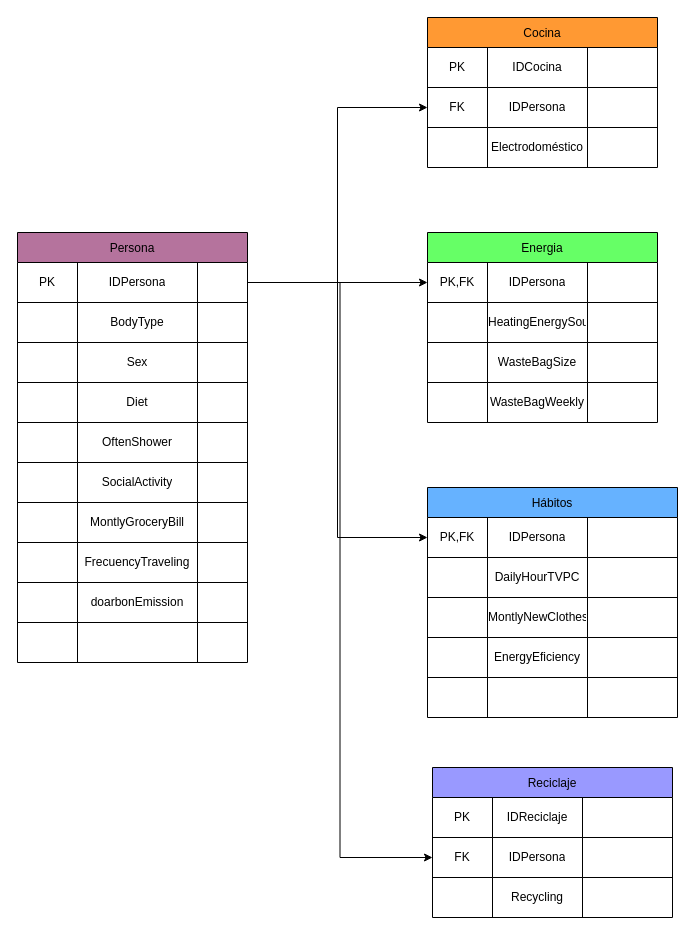
The draw.io diagram Diagrama sin título.drawio in ValentRodriguez/Bases, before the edit. Source tidied: cells renumbered, new cells numbered last; positions are measured from the earlier drawing's top-left corner, leaving out a move shared by most shapes. Both pictures are drawn from the tidied source at 100%, with x=0, y=0 at pixel (17, 17).
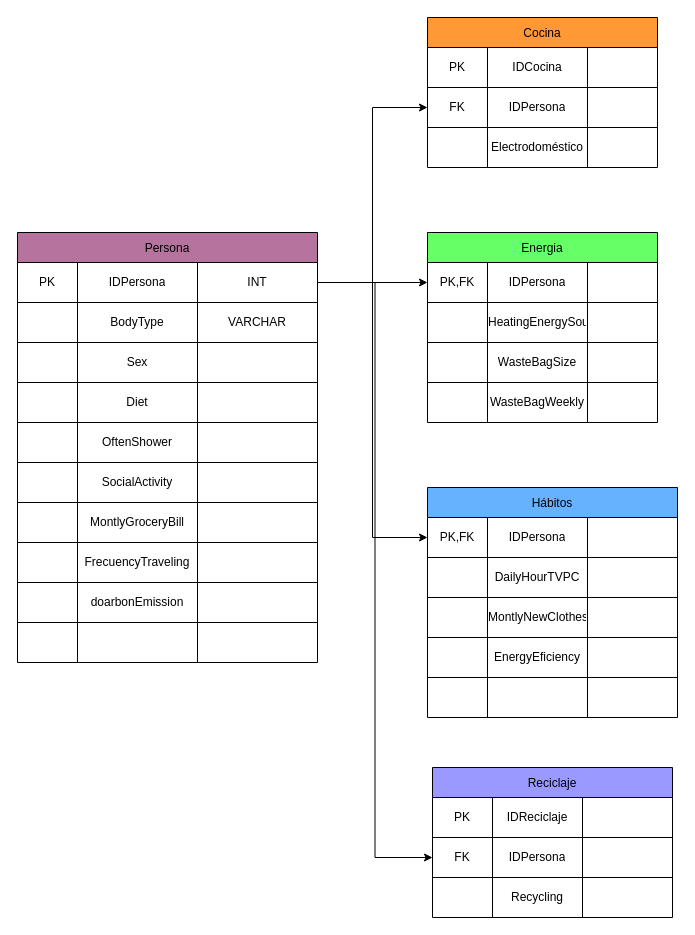
The same page after the edit.

Diff of the diagram source:
```diff
@@
     <mxCell id="2" value="Persona" style="shape=table;startSize=30;childLayout=tableLayout;fillColor=#B5739D;" parent="1" vertex="1">
-      <mxGeometry y="215" width="230" height="430" as="geometry" />
+      <mxGeometry y="215" width="300" height="430" as="geometry" />
     </mxCell>
     <mxCell id="3" style="shape=tableRow;horizontal=0;startSize=0;swimlaneHead=0;swimlaneBody=0;strokeColor=inherit;top=0;left=0;bottom=0;right=0;fillColor=none;points=[[0,0.5],[1,0.5]];portConstraint=eastwest;" parent="2" vertex="1">
-      <mxGeometry y="30" width="230" height="40" as="geometry" />
+      <mxGeometry y="30" width="300" height="40" as="geometry" />
     </mxCell>
@@
-    <mxCell id="6" style="shape=partialRectangle;html=1;whiteSpace=wrap;strokeColor=inherit;overflow=hidden;fillColor=none;top=0;left=0;bottom=0;right=0;" parent="3" vertex="1">
-      <mxGeometry x="180" width="50" height="40" as="geometry" />
+    <mxCell id="6" value="INT" style="shape=partialRectangle;html=1;whiteSpace=wrap;strokeColor=inherit;overflow=hidden;fillColor=none;top=0;left=0;bottom=0;right=0;" parent="3" vertex="1">
+      <mxGeometry x="180" width="120" height="40" as="geometry" />
     </mxCell>
     <mxCell id="7" style="shape=tableRow;horizontal=0;startSize=0;swimlaneHead=0;swimlaneBody=0;strokeColor=inherit;top=0;left=0;bottom=0;right=0;fillColor=none;" parent="2" vertex="1">
-      <mxGeometry y="70" width="230" height="40" as="geometry" />
+      <mxGeometry y="70" width="300" height="40" as="geometry" />
     </mxCell>
@@
-    <mxCell id="10" style="shape=partialRectangle;html=1;whiteSpace=wrap;strokeColor=inherit;overflow=hidden;fillColor=none;top=0;left=0;bottom=0;right=0;" parent="7" vertex="1">
-      <mxGeometry x="180" width="50" height="40" as="geometry" />
+    <mxCell id="10" value="VARCHAR" style="shape=partialRectangle;html=1;whiteSpace=wrap;strokeColor=inherit;overflow=hidden;fillColor=none;top=0;left=0;bottom=0;right=0;" parent="7" vertex="1">
+      <mxGeometry x="180" width="120" height="40" as="geometry" />
     </mxCell>
     <mxCell id="11" style="shape=tableRow;horizontal=0;startSize=0;swimlaneHead=0;swimlaneBody=0;strokeColor=inherit;top=0;left=0;bottom=0;right=0;fillColor=none;" parent="2" vertex="1">
-      <mxGeometry y="110" width="230" height="40" as="geometry" />
+      <mxGeometry y="110" width="300" height="40" as="geometry" />
     </mxCell>
@@
     <mxCell id="14" style="shape=partialRectangle;html=1;whiteSpace=wrap;strokeColor=inherit;overflow=hidden;fillColor=none;top=0;left=0;bottom=0;right=0;" parent="11" vertex="1">
-      <mxGeometry x="180" width="50" height="40" as="geometry" />
+      <mxGeometry x="180" width="120" height="40" as="geometry" />
     </mxCell>
     <mxCell id="15" style="shape=tableRow;horizontal=0;startSize=0;swimlaneHead=0;swimlaneBody=0;strokeColor=inherit;top=0;left=0;bottom=0;right=0;fillColor=none;" parent="2" vertex="1">
-      <mxGeometry y="150" width="230" height="40" as="geometry" />
+      <mxGeometry y="150" width="300" height="40" as="geometry" />
     </mxCell>
@@
     <mxCell id="18" style="shape=partialRectangle;html=1;whiteSpace=wrap;strokeColor=inherit;overflow=hidden;fillColor=none;top=0;left=0;bottom=0;right=0;" parent="15" vertex="1">
-      <mxGeometry x="180" width="50" height="40" as="geometry" />
+      <mxGeometry x="180" width="120" height="40" as="geometry" />
     </mxCell>
     <mxCell id="19" style="shape=tableRow;horizontal=0;startSize=0;swimlaneHead=0;swimlaneBody=0;strokeColor=inherit;top=0;left=0;bottom=0;right=0;fillColor=none;" parent="2" vertex="1">
-      <mxGeometry y="190" width="230" height="40" as="geometry" />
+      <mxGeometry y="190" width="300" height="40" as="geometry" />
     </mxCell>
@@
     <mxCell id="22" style="shape=partialRectangle;html=1;whiteSpace=wrap;strokeColor=inherit;overflow=hidden;fillColor=none;top=0;left=0;bottom=0;right=0;" parent="19" vertex="1">
-      <mxGeometry x="180" width="50" height="40" as="geometry" />
+      <mxGeometry x="180" width="120" height="40" as="geometry" />
     </mxCell>
     <mxCell id="23" style="shape=tableRow;horizontal=0;startSize=0;swimlaneHead=0;swimlaneBody=0;strokeColor=inherit;top=0;left=0;bottom=0;right=0;fillColor=none;" parent="2" vertex="1">
-      <mxGeometry y="230" width="230" height="40" as="geometry" />
+      <mxGeometry y="230" width="300" height="40" as="geometry" />
     </mxCell>
@@
     <mxCell id="26" style="shape=partialRectangle;html=1;whiteSpace=wrap;strokeColor=inherit;overflow=hidden;fillColor=none;top=0;left=0;bottom=0;right=0;" parent="23" vertex="1">
-      <mxGeometry x="180" width="50" height="40" as="geometry" />
+      <mxGeometry x="180" width="120" height="40" as="geometry" />
     </mxCell>
     <mxCell id="27" style="shape=tableRow;horizontal=0;startSize=0;swimlaneHead=0;swimlaneBody=0;strokeColor=inherit;top=0;left=0;bottom=0;right=0;fillColor=none;" parent="2" vertex="1">
-      <mxGeometry y="270" width="230" height="40" as="geometry" />
+      <mxGeometry y="270" width="300" height="40" as="geometry" />
     </mxCell>
@@
     <mxCell id="30" style="shape=partialRectangle;html=1;whiteSpace=wrap;strokeColor=inherit;overflow=hidden;fillColor=none;top=0;left=0;bottom=0;right=0;" parent="27" vertex="1">
-      <mxGeometry x="180" width="50" height="40" as="geometry" />
+      <mxGeometry x="180" width="120" height="40" as="geometry" />
     </mxCell>
     <mxCell id="31" style="shape=tableRow;horizontal=0;startSize=0;swimlaneHead=0;swimlaneBody=0;strokeColor=inherit;top=0;left=0;bottom=0;right=0;fillColor=none;" parent="2" vertex="1">
-      <mxGeometry y="310" width="230" height="40" as="geometry" />
+      <mxGeometry y="310" width="300" height="40" as="geometry" />
     </mxCell>
@@
     <mxCell id="34" style="shape=partialRectangle;html=1;whiteSpace=wrap;strokeColor=inherit;overflow=hidden;fillColor=none;top=0;left=0;bottom=0;right=0;" parent="31" vertex="1">
-      <mxGeometry x="180" width="50" height="40" as="geometry" />
+      <mxGeometry x="180" width="120" height="40" as="geometry" />
     </mxCell>
     <mxCell id="35" style="shape=tableRow;horizontal=0;startSize=0;swimlaneHead=0;swimlaneBody=0;strokeColor=inherit;top=0;left=0;bottom=0;right=0;fillColor=none;" parent="2" vertex="1">
-      <mxGeometry y="350" width="230" height="40" as="geometry" />
+      <mxGeometry y="350" width="300" height="40" as="geometry" />
     </mxCell>
@@
     <mxCell id="38" style="shape=partialRectangle;html=1;whiteSpace=wrap;strokeColor=inherit;overflow=hidden;fillColor=none;top=0;left=0;bottom=0;right=0;" parent="35" vertex="1">
-      <mxGeometry x="180" width="50" height="40" as="geometry" />
+      <mxGeometry x="180" width="120" height="40" as="geometry" />
     </mxCell>
     <mxCell id="39" style="shape=tableRow;horizontal=0;startSize=0;swimlaneHead=0;swimlaneBody=0;strokeColor=inherit;top=0;left=0;bottom=0;right=0;fillColor=none;" parent="2" vertex="1">
-      <mxGeometry y="390" width="230" height="40" as="geometry" />
+      <mxGeometry y="390" width="300" height="40" as="geometry" />
     </mxCell>
@@
     <mxCell id="42" style="shape=partialRectangle;html=1;whiteSpace=wrap;strokeColor=inherit;overflow=hidden;fillColor=none;top=0;left=0;bottom=0;right=0;" parent="39" vertex="1">
-      <mxGeometry x="180" width="50" height="40" as="geometry" />
+      <mxGeometry x="180" width="120" height="40" as="geometry" />
     </mxCell>
```
